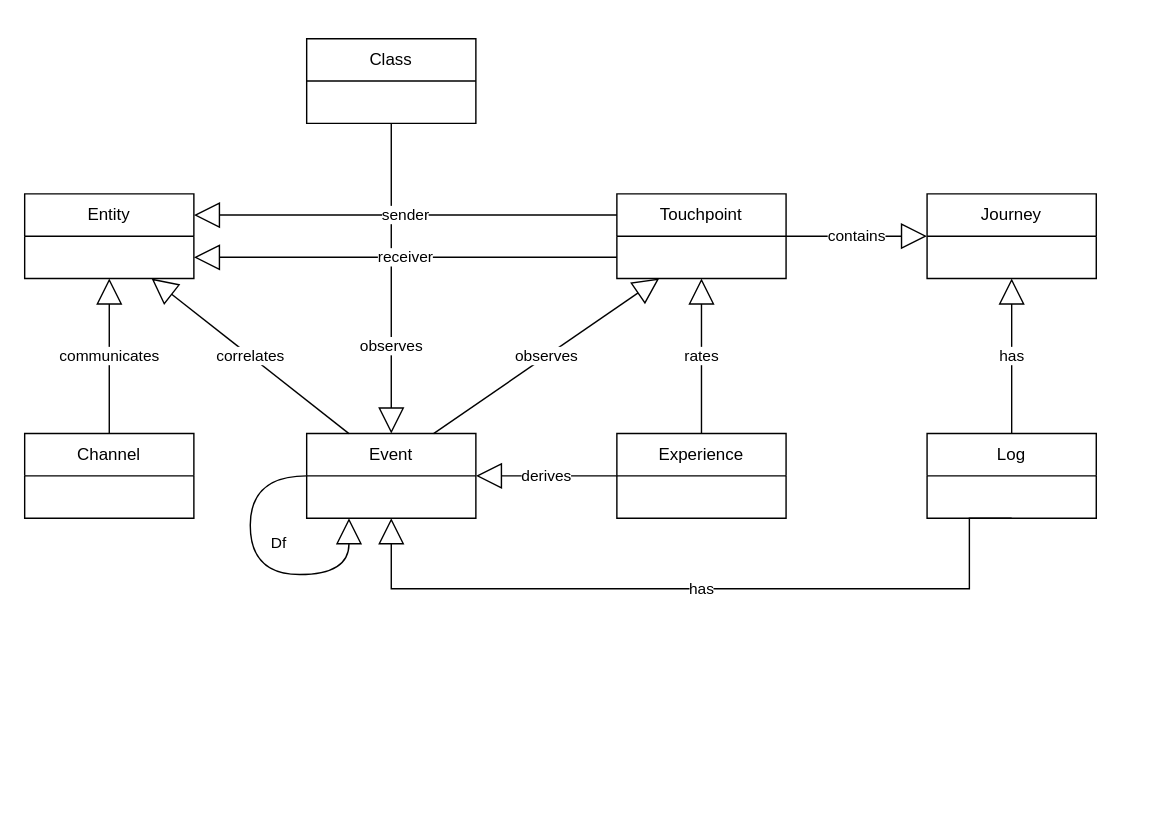
This is Schema/schema_class_diagram.drawio from smartjourneymining/SJM-Integrator, a draw.io file, before an edit. Source tidied: cells renumbered, new cells numbered last; positions are measured from the earlier drawing's top-left corner, leaving out a move shared by most shapes. Both pictures are drawn from the tidied source at 141%, with x=0, y=0 at pixel (24, 38).
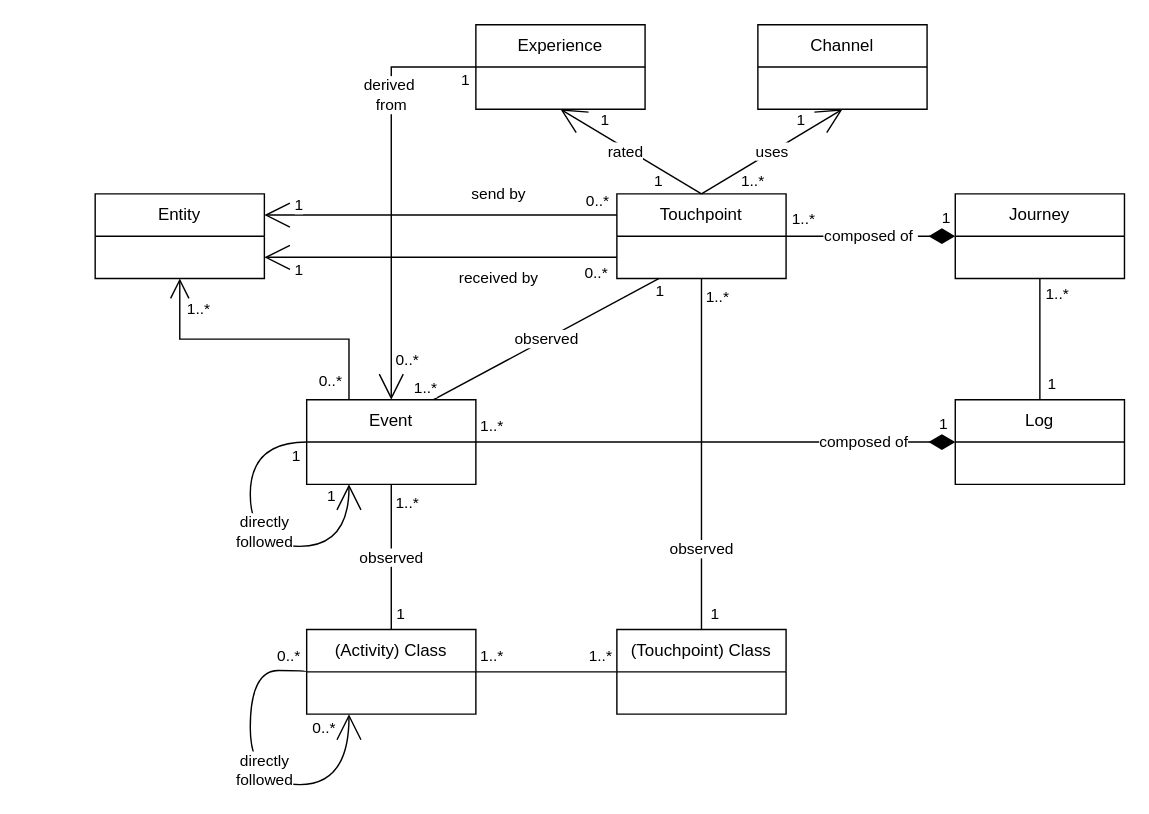
Above is the later version.

Unchanged cells that the change refers to:
```xml
<mxCell id="6" value="Touchpoint" style="swimlane;fontStyle=0;horizontal=1;startSize=30;whiteSpace=wrap;html=1;fillColor=#ffffff;strokeColor=#000000;" parent="1" vertex="1">
  <mxGeometry x="420" y="110" width="120" height="60" as="geometry" />
</mxCell>
```

Diff of the diagram source:
```diff
@@
     <mxCell id="2" value="Channel" style="swimlane;fontStyle=0;horizontal=1;startSize=30;whiteSpace=wrap;html=1;fillColor=#ffffff;strokeColor=#000000;" parent="1" vertex="1">
-      <mxGeometry y="280" width="120" height="60" as="geometry" />
+      <mxGeometry x="520" y="-10" width="120" height="60" as="geometry" />
     </mxCell>
     <mxCell id="3" value="Entity" style="swimlane;fontStyle=0;horizontal=1;startSize=30;whiteSpace=wrap;html=1;fillColor=#ffffff;strokeColor=#000000;" parent="1" vertex="1">
-      <mxGeometry y="110" width="120" height="60" as="geometry" />
+      <mxGeometry x="50" y="110" width="120" height="60" as="geometry" />
     </mxCell>
     <mxCell id="4" value="Event" style="swimlane;fontStyle=0;horizontal=1;startSize=30;whiteSpace=wrap;html=1;fillColor=#ffffff;strokeColor=#000000;" parent="1" vertex="1">
-      <mxGeometry x="200" y="280" width="120" height="60" as="geometry" />
+      <mxGeometry x="200" y="256" width="120" height="60" as="geometry" />
     </mxCell>
     <mxCell id="5" value="Experience" style="swimlane;fontStyle=0;horizontal=1;startSize=30;whiteSpace=wrap;html=1;fillColor=#ffffff;strokeColor=#000000;" parent="1" vertex="1">
-      <mxGeometry x="420" y="280" width="120" height="60" as="geometry" />
+      <mxGeometry x="320" y="-10" width="120" height="60" as="geometry" />
     </mxCell>
@@
     <mxCell id="7" value="Journey" style="swimlane;fontStyle=0;horizontal=1;startSize=30;whiteSpace=wrap;html=1;fillColor=#ffffff;strokeColor=#000000;" parent="1" vertex="1">
-      <mxGeometry x="640" y="110" width="120" height="60" as="geometry" />
+      <mxGeometry x="660" y="110" width="120" height="60" as="geometry" />
     </mxCell>
     <mxCell id="8" value="Log" style="swimlane;fontStyle=0;horizontal=1;startSize=30;whiteSpace=wrap;html=1;fillColor=#ffffff;strokeColor=#000000;" parent="1" vertex="1">
-      <mxGeometry x="640" y="280" width="120" height="60" as="geometry" />
+      <mxGeometry x="660" y="256" width="120" height="60" as="geometry" />
     </mxCell>
-    <mxCell id="9" value="Class" style="swimlane;fontStyle=0;horizontal=1;startSize=30;whiteSpace=wrap;html=1;fillColor=#ffffff;strokeColor=#000000;" parent="1" vertex="1">
-      <mxGeometry x="200" width="120" height="60" as="geometry" />
+    <mxCell id="9" value="(Activity) Class" style="swimlane;fontStyle=0;horizontal=1;startSize=30;whiteSpace=wrap;html=1;fillColor=#ffffff;strokeColor=#000000;" parent="1" vertex="1">
+      <mxGeometry x="200" y="419" width="120" height="60" as="geometry" />
     </mxCell>
-    <mxCell id="10" value="communicates" style="endArrow=block;endSize=16;endFill=0;html=1;rounded=0;strokeColor=#000000;strokeWidth=1;exitX=0.5;exitY=0;exitDx=0;exitDy=0;entryX=0.5;entryY=1;entryDx=0;entryDy=0;" parent="1" edge="1" source="2" target="3">
+    <mxCell id="10" value="uses" style="endArrow=open;endSize=16;endFill=0;html=1;rounded=0;strokeColor=#000000;strokeWidth=1;exitX=0.5;exitY=0;exitDx=0;exitDy=0;startArrow=none;startFill=0;align=center;verticalAlign=middle;fontFamily=Helvetica;fontSize=11;fontColor=default;labelBackgroundColor=default;entryX=0.5;entryY=1;entryDx=0;entryDy=0;" parent="1" edge="1" source="6" target="2">
       <mxGeometry relative="1" as="geometry" />
     </mxCell>
-    <mxCell id="11" value="observes" style="endArrow=block;endSize=16;endFill=0;html=1;rounded=0;strokeColor=#000000;strokeWidth=1;exitX=0.5;exitY=1;exitDx=0;exitDy=0;entryX=0.5;entryY=0;entryDx=0;entryDy=0;" parent="1" edge="1" source="9" target="4">
-      <mxGeometry x="0.44" relative="1" as="geometry" />
+    <mxCell id="11" value="observed" style="endArrow=none;endSize=16;endFill=0;html=1;rounded=0;strokeColor=#000000;strokeWidth=1;exitX=0.5;exitY=1;exitDx=0;exitDy=0;entryX=0.5;entryY=0;entryDx=0;entryDy=0;" parent="1" edge="1" source="4" target="9">
+      <mxGeometry x="0.01" relative="1" as="geometry" />
     </mxCell>
-    <mxCell id="12" value="receiver" style="endArrow=block;endSize=16;endFill=0;html=1;rounded=0;strokeColor=#000000;strokeWidth=1;exitX=0;exitY=0.75;exitDx=0;exitDy=0;entryX=1;entryY=0.75;entryDx=0;entryDy=0;" parent="1" edge="1" source="6" target="3">
-      <mxGeometry relative="1" as="geometry" />
+    <mxCell id="12" value="received by" style="endArrow=open;endSize=16;endFill=0;html=1;rounded=0;strokeColor=#000000;strokeWidth=1;exitX=0;exitY=0.75;exitDx=0;exitDy=0;entryX=1;entryY=0.75;entryDx=0;entryDy=0;" parent="1" edge="1" source="6" target="3">
+      <mxGeometry x="-0.33" y="15" relative="1" as="geometry" />
     </mxCell>
-    <mxCell id="13" value="sender" style="endArrow=block;endSize=16;endFill=0;html=1;rounded=0;strokeColor=#000000;strokeWidth=1;exitX=0;exitY=0.25;exitDx=0;exitDy=0;entryX=1;entryY=0.25;entryDx=0;entryDy=0;" parent="1" edge="1" source="6" target="3">
-      <mxGeometry relative="1" as="geometry" />
+    <mxCell id="13" value="send by" style="endArrow=open;endSize=16;endFill=0;html=1;rounded=0;strokeColor=#000000;strokeWidth=1;exitX=0;exitY=0.25;exitDx=0;exitDy=0;entryX=1;entryY=0.25;entryDx=0;entryDy=0;" parent="1" edge="1" source="6" target="3">
+      <mxGeometry x="-0.33" y="-15" relative="1" as="geometry" />
     </mxCell>
-    <mxCell id="14" value="Df" style="endArrow=block;endSize=16;endFill=0;html=1;rounded=0;strokeColor=#000000;strokeWidth=1;exitX=0;exitY=0.5;exitDx=0;exitDy=0;entryX=0.25;entryY=1;entryDx=0;entryDy=0;edgeStyle=orthogonalEdgeStyle;curved=1;" parent="1" edge="1" source="4" target="4">
-      <mxGeometry x="-0.2" y="20" relative="1" as="geometry">
+    <mxCell id="14" value="directly&lt;br&gt;followed" style="endArrow=open;endSize=16;endFill=0;html=1;rounded=0;strokeColor=#000000;strokeWidth=1;exitX=0;exitY=0.5;exitDx=0;exitDy=0;entryX=0.25;entryY=1;entryDx=0;entryDy=0;edgeStyle=orthogonalEdgeStyle;curved=1;" parent="1" edge="1" source="4" target="4">
+      <mxGeometry x="0.09" y="10" relative="1" as="geometry">
         <Array as="points">
-          <mxPoint x="160" y="310" />
-          <mxPoint x="160" y="380" />
-          <mxPoint x="230" y="380" />
+          <mxPoint x="160" y="286" />
+          <mxPoint x="160" y="360" />
+          <mxPoint x="230" y="360" />
         </Array>
       </mxGeometry>
     </mxCell>
-    <mxCell id="15" value="correlates" style="endArrow=block;endSize=16;endFill=0;html=1;rounded=0;strokeColor=#000000;strokeWidth=1;exitX=0.25;exitY=0;exitDx=0;exitDy=0;entryX=0.75;entryY=1;entryDx=0;entryDy=0;" parent="1" edge="1" source="4" target="3">
-      <mxGeometry relative="1" as="geometry" />
-    </mxCell>
-    <mxCell id="16" value="observes" style="endArrow=block;endSize=16;endFill=0;html=1;rounded=0;strokeColor=#000000;strokeWidth=1;exitX=0.75;exitY=0;exitDx=0;exitDy=0;entryX=0.25;entryY=1;entryDx=0;entryDy=0;" parent="1" edge="1" source="4" target="6">
+    <mxCell id="16" value="observed" style="endArrow=none;endSize=16;endFill=0;html=1;rounded=0;strokeColor=#000000;strokeWidth=1;exitX=0.75;exitY=0;exitDx=0;exitDy=0;entryX=0.25;entryY=1;entryDx=0;entryDy=0;shadow=0;" parent="1" edge="1" source="4" target="6">
       <mxGeometry relative="1" as="geometry" />
     </mxCell>
-    <mxCell id="17" value="derives" style="endArrow=block;endSize=16;endFill=0;html=1;rounded=0;strokeColor=#000000;strokeWidth=1;exitX=0;exitY=0.5;exitDx=0;exitDy=0;entryX=1;entryY=0.5;entryDx=0;entryDy=0;" parent="1" edge="1" source="5" target="4">
-      <mxGeometry relative="1" as="geometry" />
+    <mxCell id="17" value="derived&amp;nbsp;&lt;br&gt;from" style="endArrow=open;endSize=16;endFill=0;html=1;rounded=0;strokeColor=#000000;strokeWidth=1;entryX=0.5;entryY=0;entryDx=0;entryDy=0;exitX=0;exitY=0.5;exitDx=0;exitDy=0;edgeStyle=orthogonalEdgeStyle;" parent="1" edge="1" source="5" target="4">
+      <mxGeometry x="-0.46" relative="1" as="geometry" />
     </mxCell>
-    <mxCell id="18" value="rates" style="endArrow=block;endSize=16;endFill=0;html=1;rounded=0;strokeColor=#000000;strokeWidth=1;exitX=0.5;exitY=0;exitDx=0;exitDy=0;entryX=0.5;entryY=1;entryDx=0;entryDy=0;" parent="1" edge="1" source="5" target="6">
+    <mxCell id="18" style="endArrow=open;endSize=16;endFill=0;html=1;rounded=0;strokeColor=#000000;strokeWidth=1;entryX=0.5;entryY=1;entryDx=0;entryDy=0;exitX=0.5;exitY=0;exitDx=0;exitDy=0;" parent="1" edge="1" source="6" target="5">
       <mxGeometry relative="1" as="geometry" />
     </mxCell>
+    <mxCell id="22" value="rated" style="edgeLabel;html=1;align=center;verticalAlign=middle;" parent="18" vertex="1">
+      <mxGeometry x="0.15" relative="1" as="geometry">
+        <mxPoint x="3" y="4" as="offset" />
+      </mxGeometry>
+    </mxCell>
-    <mxCell id="19" value="contains" style="endArrow=block;endSize=16;endFill=0;html=1;rounded=0;strokeColor=#000000;strokeWidth=1;exitX=1;exitY=0.5;exitDx=0;exitDy=0;entryX=0;entryY=0.5;entryDx=0;entryDy=0;" parent="1" edge="1" source="6" target="7">
+    <mxCell id="19" value="composed of&amp;nbsp;" style="endArrow=diamondThin;endSize=16;endFill=1;html=1;rounded=0;strokeColor=#000000;strokeWidth=1;exitX=1;exitY=0.5;exitDx=0;exitDy=0;entryX=0;entryY=0.5;entryDx=0;entryDy=0;" parent="1" edge="1" source="6" target="7">
       <mxGeometry relative="1" as="geometry" />
     </mxCell>
-    <mxCell id="20" value="has" style="endArrow=block;endSize=16;endFill=0;html=1;rounded=0;strokeColor=#000000;strokeWidth=1;exitX=0.5;exitY=1;exitDx=0;exitDy=0;entryX=0.5;entryY=1;entryDx=0;entryDy=0;edgeStyle=orthogonalEdgeStyle;" parent="1" edge="1" source="8" target="4">
-      <mxGeometry relative="1" as="geometry">
-        <Array as="points">
-          <mxPoint x="670" y="390" />
-          <mxPoint x="260" y="390" />
-        </Array>
-      </mxGeometry>
+    <mxCell id="20" value="composed of" style="endArrow=diamondThin;endSize=16;endFill=1;html=1;rounded=0;strokeColor=#000000;strokeWidth=1;exitX=1;exitY=0.5;exitDx=0;exitDy=0;entryX=0;entryY=0.5;entryDx=0;entryDy=0;" parent="1" edge="1" source="4" target="8">
+      <mxGeometry x="0.62" relative="1" as="geometry" />
     </mxCell>
-    <mxCell id="21" value="has" style="endArrow=block;endSize=16;endFill=0;html=1;rounded=0;strokeColor=#000000;strokeWidth=1;entryX=0.5;entryY=1;entryDx=0;entryDy=0;exitX=0.5;exitY=0;exitDx=0;exitDy=0;" parent="1" edge="1" source="8" target="7">
+    <mxCell id="21" style="endArrow=none;endSize=16;endFill=0;html=1;rounded=0;strokeColor=#000000;strokeWidth=1;exitX=0.5;exitY=1;exitDx=0;exitDy=0;" parent="1" edge="1" source="7" target="8">
       <mxGeometry relative="1" as="geometry" />
     </mxCell>
+    <mxCell id="23" style="edgeStyle=orthogonalEdgeStyle;rounded=0;jettySize=auto;html=1;entryX=1;entryY=0.5;entryDx=0;entryDy=0;endArrow=none;endFill=0;" parent="1" edge="1" source="24" target="9">
+      <mxGeometry relative="1" as="geometry" />
+    </mxCell>
+    <mxCell id="24" value="(Touchpoint) Class" style="swimlane;fontStyle=0;horizontal=1;startSize=30;whiteSpace=wrap;html=1;fillColor=#ffffff;strokeColor=#000000;" parent="1" vertex="1">
+      <mxGeometry x="420" y="419" width="120" height="60" as="geometry" />
+    </mxCell>
+    <mxCell id="25" value="observed" style="endArrow=none;endSize=16;endFill=0;html=1;rounded=0;strokeColor=#000000;strokeWidth=1;exitX=0.5;exitY=1;exitDx=0;exitDy=0;entryX=0.5;entryY=0;entryDx=0;entryDy=0;" parent="1" edge="1" source="6" target="24">
+      <mxGeometry x="0.54" relative="1" as="geometry">
+        <Array as="points">
+          <mxPoint x="480" y="280" />
+        </Array>
+      </mxGeometry>
+    </mxCell>
+    <mxCell id="15" style="endArrow=open;html=1;endSize=12;startArrow=none;startSize=14;startFill=0;edgeStyle=orthogonalEdgeStyle;rounded=0;exitX=0.25;exitY=0;exitDx=0;exitDy=0;entryX=0.5;entryY=1;entryDx=0;entryDy=0;" parent="1" edge="1" source="4" target="3">
+      <mxGeometry relative="1" as="geometry" />
+    </mxCell>
+    <mxCell id="26" value="1" style="edgeLabel;html=1;align=left;verticalAlign=top;" parent="15" vertex="1">
+      <mxGeometry x="-1" relative="1" as="geometry">
+        <mxPoint x="32" y="139" as="offset" />
+      </mxGeometry>
+    </mxCell>
+    <mxCell id="27" value="1..*" style="edgeLabel;html=1;align=right;verticalAlign=top;" parent="15" vertex="1">
+      <mxGeometry x="1" relative="1" as="geometry">
+        <mxPoint x="22" y="9" as="offset" />
+      </mxGeometry>
+    </mxCell>
+    <mxCell id="28" value="0..*" style="edgeLabel;html=1;align=left;verticalAlign=top;" parent="1" vertex="1">
+      <mxGeometry x="207" y="230" as="geometry" />
+    </mxCell>
+    <mxCell id="29" value="1..*" style="edgeLabel;html=1;align=right;verticalAlign=top;" parent="1" vertex="1">
+      <mxGeometry x="280" y="316" as="geometry" />
+    </mxCell>
+    <mxCell id="30" value="1..*" style="edgeLabel;html=1;align=right;verticalAlign=top;" parent="1" vertex="1">
+      <mxGeometry x="340" y="425" as="geometry" />
+    </mxCell>
+    <mxCell id="31" value="1..*" style="edgeLabel;html=1;align=right;verticalAlign=top;" parent="1" vertex="1">
+      <mxGeometry x="417" y="425" as="geometry" />
+    </mxCell>
+    <mxCell id="32" value="1..*" style="edgeLabel;html=1;align=right;verticalAlign=top;" parent="1" vertex="1">
+      <mxGeometry x="500" y="170" as="geometry" />
+    </mxCell>
+    <mxCell id="33" value="1" style="edgeLabel;html=1;align=right;verticalAlign=top;" parent="1" vertex="1">
+      <mxGeometry x="493" y="395" as="geometry" />
+    </mxCell>
+    <mxCell id="34" value="1..*" style="edgeLabel;html=1;align=right;verticalAlign=top;" parent="1" vertex="1">
+      <mxGeometry x="340" y="262" as="geometry" />
+    </mxCell>
+    <mxCell id="35" value="1" style="edgeLabel;html=1;align=right;verticalAlign=top;" parent="1" vertex="1">
+      <mxGeometry x="655" y="260" as="geometry" />
+    </mxCell>
+    <mxCell id="36" value="1" style="edgeLabel;html=1;align=right;verticalAlign=top;" parent="1" vertex="1">
+      <mxGeometry x="657" y="114" as="geometry" />
+    </mxCell>
+    <mxCell id="37" value="1..*" style="edgeLabel;html=1;align=right;verticalAlign=top;" parent="1" vertex="1">
+      <mxGeometry x="561" y="115" as="geometry" />
+    </mxCell>
+    <mxCell id="38" value="1" style="edgeLabel;html=1;align=right;verticalAlign=top;" parent="1" vertex="1">
+      <mxGeometry x="554" y="45" as="geometry" />
+    </mxCell>
+    <mxCell id="39" value="1..*" style="edgeLabel;html=1;align=right;verticalAlign=top;" parent="1" vertex="1">
+      <mxGeometry x="525" y="88" as="geometry" />
+    </mxCell>
+    <mxCell id="40" value="1" style="edgeLabel;html=1;align=right;verticalAlign=top;" parent="1" vertex="1">
+      <mxGeometry x="453" y="88" as="geometry" />
+    </mxCell>
+    <mxCell id="41" value="1" style="edgeLabel;html=1;align=right;verticalAlign=top;" parent="1" vertex="1">
+      <mxGeometry x="415" y="45" as="geometry" />
+    </mxCell>
+    <mxCell id="42" value="1" style="edgeLabel;html=1;align=right;verticalAlign=top;" parent="1" vertex="1">
+      <mxGeometry x="316" y="16" as="geometry" />
+    </mxCell>
+    <mxCell id="43" value="0..*" style="edgeLabel;html=1;align=right;verticalAlign=top;" parent="1" vertex="1">
+      <mxGeometry x="280" y="215" as="geometry" />
+    </mxCell>
+    <mxCell id="44" value="1" style="edgeLabel;html=1;align=left;verticalAlign=top;" parent="1" vertex="1">
+      <mxGeometry x="213" y="311" as="geometry" />
+    </mxCell>
+    <mxCell id="45" value="1" style="edgeLabel;html=1;align=left;verticalAlign=top;" parent="1" vertex="1">
+      <mxGeometry x="188" y="283" as="geometry" />
+    </mxCell>
+    <mxCell id="46" value="1" style="edgeLabel;html=1;align=right;verticalAlign=top;" parent="1" vertex="1">
+      <mxGeometry x="732" y="232" as="geometry" />
+    </mxCell>
+    <mxCell id="47" value="1..*" style="edgeLabel;html=1;align=right;verticalAlign=top;" parent="1" vertex="1">
+      <mxGeometry x="741" y="168" as="geometry" />
+    </mxCell>
+    <mxCell id="48" value="0..*" style="edgeLabel;html=1;align=right;verticalAlign=top;" parent="1" vertex="1">
+      <mxGeometry x="415" y="102" as="geometry" />
+    </mxCell>
+    <mxCell id="49" value="0..*" style="edgeLabel;html=1;align=right;verticalAlign=top;" parent="1" vertex="1">
+      <mxGeometry x="416" y="159" as="geometry">
+        <mxPoint x="-2" y="-6" as="offset" />
+      </mxGeometry>
+    </mxCell>
+    <mxCell id="50" value="1..*" style="edgeLabel;html=1;align=right;verticalAlign=top;" parent="1" vertex="1">
+      <mxGeometry x="295" y="241" as="geometry">
+        <mxPoint x="-2" y="-6" as="offset" />
+      </mxGeometry>
+    </mxCell>
+    <mxCell id="51" value="1" style="edgeLabel;html=1;align=right;verticalAlign=top;" parent="1" vertex="1">
+      <mxGeometry x="457" y="171" as="geometry">
+        <mxPoint x="-3" y="-5" as="offset" />
+      </mxGeometry>
+    </mxCell>
+    <mxCell id="52" value="1" style="edgeLabel;html=1;align=right;verticalAlign=top;" parent="1" vertex="1">
+      <mxGeometry x="449" y="183" as="geometry">
+        <mxPoint x="-251" y="-78" as="offset" />
+      </mxGeometry>
+    </mxCell>
+    <mxCell id="53" value="1" style="edgeLabel;html=1;align=right;verticalAlign=top;" parent="1" vertex="1">
+      <mxGeometry x="449" y="229" as="geometry">
+        <mxPoint x="-251" y="-78" as="offset" />
+      </mxGeometry>
+    </mxCell>
+    <mxCell id="54" value="directly&lt;br&gt;followed" style="endArrow=open;endSize=16;endFill=0;html=1;rounded=0;strokeColor=#000000;strokeWidth=1;exitX=0;exitY=0.5;exitDx=0;exitDy=0;edgeStyle=orthogonalEdgeStyle;curved=1;entryX=0.25;entryY=1;entryDx=0;entryDy=0;" parent="1" edge="1" source="9" target="9">
+      <mxGeometry x="0.09" y="10" relative="1" as="geometry">
+        <Array as="points">
+          <mxPoint x="160" y="448" />
+          <mxPoint x="160" y="529" />
+          <mxPoint x="230" y="529" />
+        </Array>
+      </mxGeometry>
+    </mxCell>
+    <mxCell id="55" value="0..*" style="edgeLabel;html=1;align=right;verticalAlign=top;" parent="1" vertex="1">
+      <mxGeometry x="188" y="424" as="geometry">
+        <mxPoint x="8" y="1" as="offset" />
+      </mxGeometry>
+    </mxCell>
+    <mxCell id="56" value="0..*" style="edgeLabel;html=1;align=right;verticalAlign=top;" parent="1" vertex="1">
+      <mxGeometry x="213" y="475" as="geometry">
+        <mxPoint x="8" y="1" as="offset" />
+      </mxGeometry>
+    </mxCell>
```
